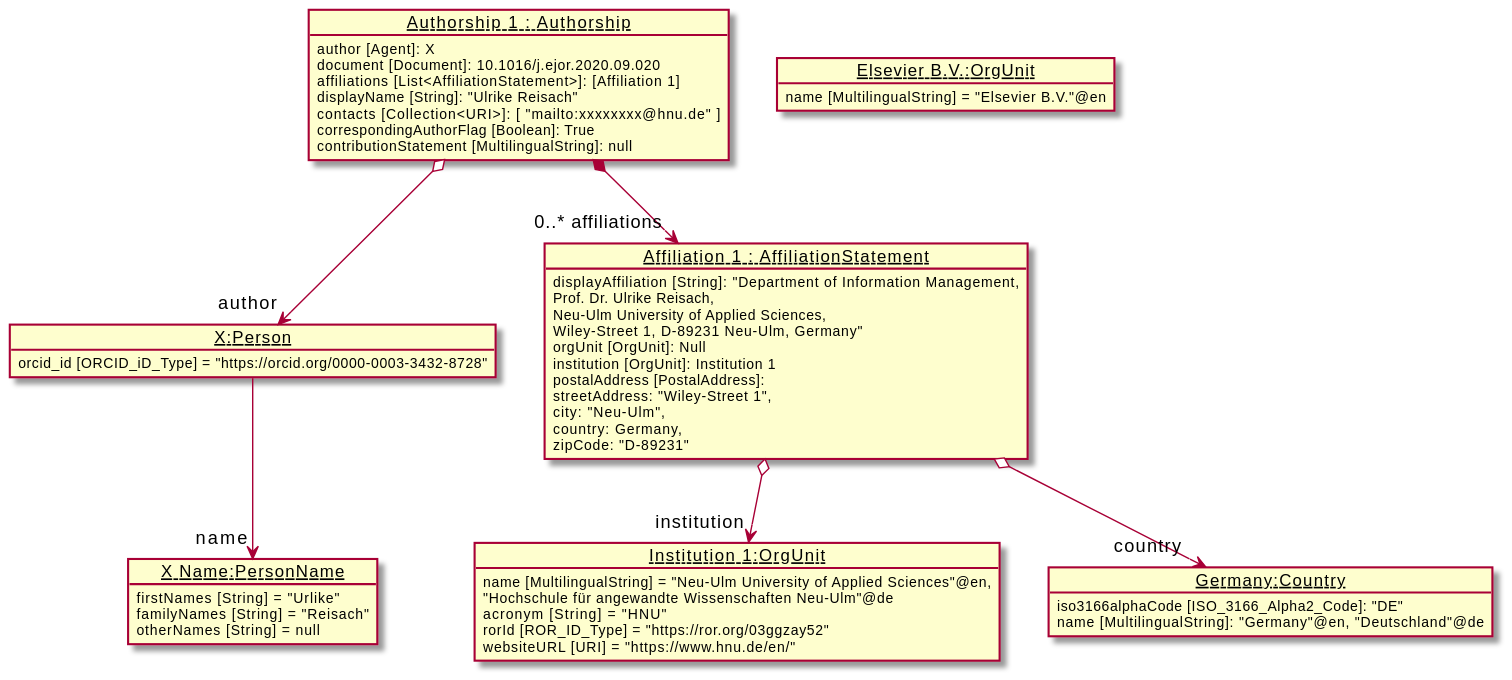
Above: diagrams/example.svg in EuroCRIS/CERIF-Core (PlantUML), before the change. Source of this version:
```plantuml
@startuml
	object "<u>X:Person</u>" as X {
           orcid_id [ORCID_iD_Type] = "https://orcid.org/0000-0003-3432-8728"
        }

	object "<u>X Name:PersonName</u>" as XName {
            firstNames [String] = "Urlike"
            familyNames [String] = "Reisach"
            otherNames [String] = null
        }

    X --> "name" XName

    object "<u>Institution 1:OrgUnit</u>" as Ins1 {
    	    name [MultilingualString] = "Neu-Ulm University of Applied Sciences"@en,
    	    "Hochschule für angewandte Wissenschaften Neu-Ulm"@de
            acronym [String] = "HNU"
            rorId [ROR_ID_Type] = "https://ror.org/03ggzay52"
            websiteURL [URI] = "https://www.hnu.de/en/"
    	}

    object "<u>Germany:Country</u>" as Ger {
            iso3166alphaCode [ISO_3166_Alpha2_Code]: "DE"
            name [MultilingualString]: "Germany"@en, "Deutschland"@de
        }

    object "<u>Elsevier B.V.:OrgUnit</u>" as Elsevier {
            name [MultilingualString] = "Elsevier B.V."@en
        }

    object "<u>Affiliation 1 : AffiliationStatement</u>" as Aff1 {
            displayAffiliation [String]: "Department of Information Management,
                 Prof. Dr. Ulrike Reisach,
                 Neu-Ulm University of Applied Sciences,
                 Wiley-Street 1, D-89231 Neu-Ulm, Germany"
            orgUnit [OrgUnit]: Null
            institution [OrgUnit]: Institution 1
            postalAddress [PostalAddress]:
                  streetAddress: "Wiley-Street 1",
                  city: "Neu-Ulm",
                  country: Germany,
                  zipCode: "D-89231"
        }

    object "<u>Authorship 1 : Authorship</u>" as Aut1 {
                author [Agent]: X
                 document [Document]: 10.1016/j.ejor.2020.09.020
                 affiliations [List<AffiliationStatement>]: [Affiliation 1]
                 displayName [String]: "Ulrike Reisach"
                 contacts [Collection<URI>]: [ "mailto:xxxxxxxx@hnu.de" ]
                 correspondingAuthorFlag [Boolean]: True
                 contributionStatement [MultilingualString]: null
            }
      Aut1 o--> "author" X
      Aff1 o--> "institution" Ins1
      Aff1 o--> "country" Ger
      Aut1 *--> "0..* affiliations" Aff1

@enduml
```
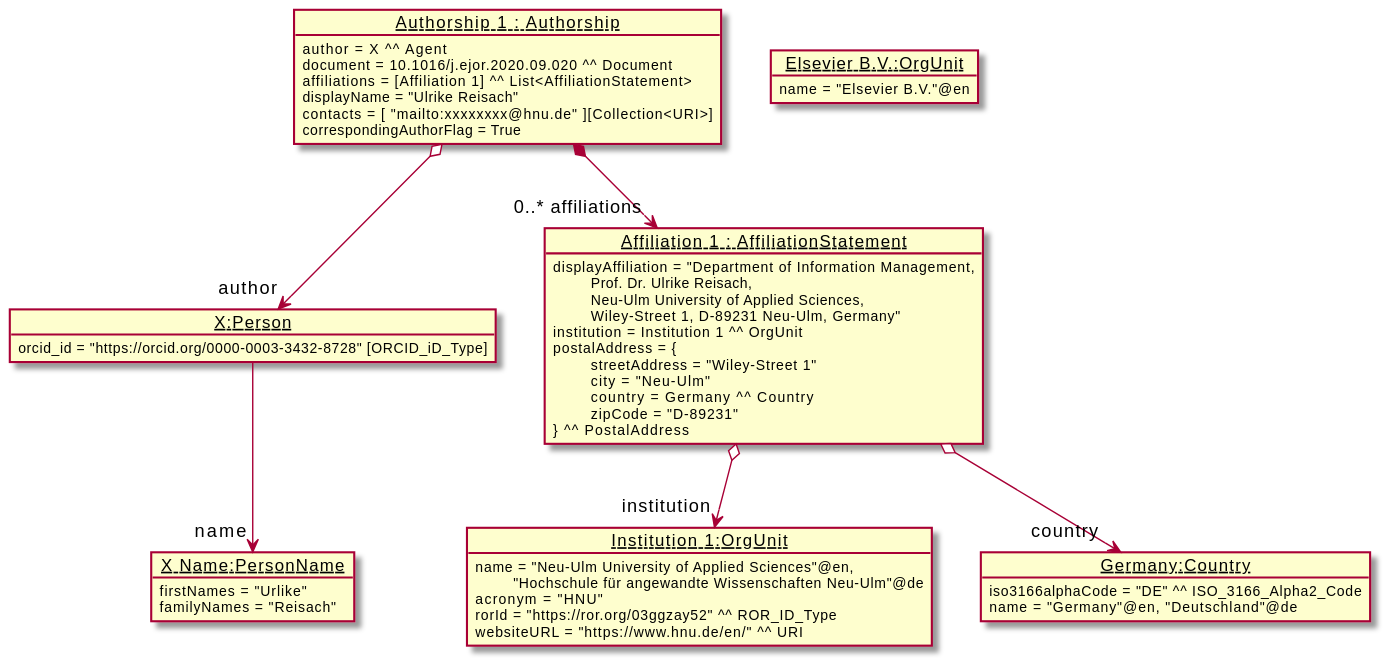
The same diagram one commit later.

Commit message:
:rocket: adding generated diagrams

What changed in the source:
```diff
@@ -1,59 +1,57 @@
 @startuml
 	object "<u>X:Person</u>" as X {
-           orcid_id [ORCID_iD_Type] = "https://orcid.org/0000-0003-3432-8728"
+           orcid_id = "https://orcid.org/0000-0003-3432-8728" [ORCID_iD_Type]
         }
 
 	object "<u>X Name:PersonName</u>" as XName {
-            firstNames [String] = "Urlike"
-            familyNames [String] = "Reisach"
-            otherNames [String] = null
+            firstNames = "Urlike"
+            familyNames = "Reisach"
         }
 
     X --> "name" XName
 
     object "<u>Institution 1:OrgUnit</u>" as Ins1 {
-    	    name [MultilingualString] = "Neu-Ulm University of Applied Sciences"@en,
-    	    "Hochschule für angewandte Wissenschaften Neu-Ulm"@de
-            acronym [String] = "HNU"
-            rorId [ROR_ID_Type] = "https://ror.org/03ggzay52"
-            websiteURL [URI] = "https://www.hnu.de/en/"
+    	    name = "Neu-Ulm University of Applied Sciences"@en,
+    	    \t "Hochschule für angewandte Wissenschaften Neu-Ulm"@de
+            acronym = "HNU"
+            rorId = "https://ror.org/03ggzay52" ^^ ROR_ID_Type
+            websiteURL = "https://www.hnu.de/en/" ^^ URI
     	}
 
     object "<u>Germany:Country</u>" as Ger {
-            iso3166alphaCode [ISO_3166_Alpha2_Code]: "DE"
-            name [MultilingualString]: "Germany"@en, "Deutschland"@de
+            iso3166alphaCode = "DE" ^^ ISO_3166_Alpha2_Code
+            name = "Germany"@en, "Deutschland"@de
         }
 
     object "<u>Elsevier B.V.:OrgUnit</u>" as Elsevier {
-            name [MultilingualString] = "Elsevier B.V."@en
+            name = "Elsevier B.V."@en
         }
 
     object "<u>Affiliation 1 : AffiliationStatement</u>" as Aff1 {
-            displayAffiliation [String]: "Department of Information Management,
-                 Prof. Dr. Ulrike Reisach,
-                 Neu-Ulm University of Applied Sciences,
-                 Wiley-Street 1, D-89231 Neu-Ulm, Germany"
-            orgUnit [OrgUnit]: Null
-            institution [OrgUnit]: Institution 1
-            postalAddress [PostalAddress]:
-                  streetAddress: "Wiley-Street 1",
-                  city: "Neu-Ulm",
-                  country: Germany,
-                  zipCode: "D-89231"
+            displayAffiliation = "Department of Information Management,
+            \t Prof. Dr. Ulrike Reisach,
+            \t Neu-Ulm University of Applied Sciences,
+            \t Wiley-Street 1, D-89231 Neu-Ulm, Germany"
+            institution = Institution 1 ^^ OrgUnit
+            postalAddress = {
+            \t streetAddress = "Wiley-Street 1"
+            \t city = "Neu-Ulm"
+            \t country = Germany ^^ Country
+            \t zipCode = "D-89231"
+            } ^^ PostalAddress
         }
 
     object "<u>Authorship 1 : Authorship</u>" as Aut1 {
-                author [Agent]: X
-                 document [Document]: 10.1016/j.ejor.2020.09.020
-                 affiliations [List<AffiliationStatement>]: [Affiliation 1]
-                 displayName [String]: "Ulrike Reisach"
-                 contacts [Collection<URI>]: [ "mailto:xxxxxxxx@hnu.de" ]
-                 correspondingAuthorFlag [Boolean]: True
-                 contributionStatement [MultilingualString]: null
-            }
-      Aut1 o--> "author" X
-      Aff1 o--> "institution" Ins1
-      Aff1 o--> "country" Ger
-      Aut1 *--> "0..* affiliations" Aff1
+            author = X ^^ Agent
+            document = 10.1016/j.ejor.2020.09.020 ^^ Document
+            affiliations = [Affiliation 1] ^^ List<AffiliationStatement>
+            displayName = "Ulrike Reisach"
+            contacts = [ "mailto:xxxxxxxx@hnu.de" ][Collection<URI>]
+            correspondingAuthorFlag = True
+        }
+    Aut1 o--> "author" X
+    Aff1 o--> "institution" Ins1
+    Aff1 o--> "country" Ger
+    Aut1 *--> "0..* affiliations" Aff1
 
 @enduml
```
